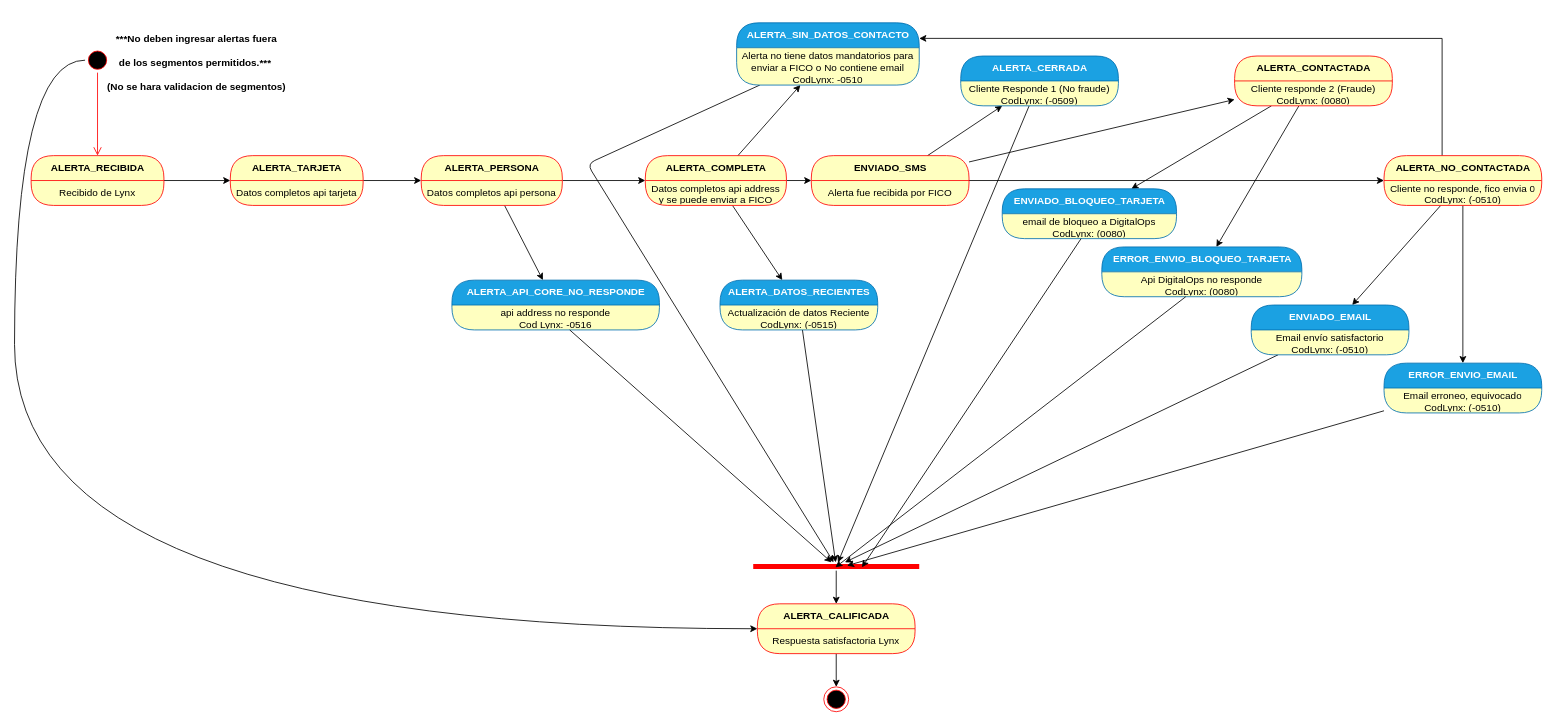
Earlier version of the draw.io diagram EstadosLynx.drawio (zolymo/diagrams). Source tidied: cells renumbered, new cells numbered last; positions are measured from the earlier drawing's top-left corner, leaving out a move shared by most shapes. Both pictures are drawn from the tidied source at 83%, with x=0, y=0 at pixel (14, 14).
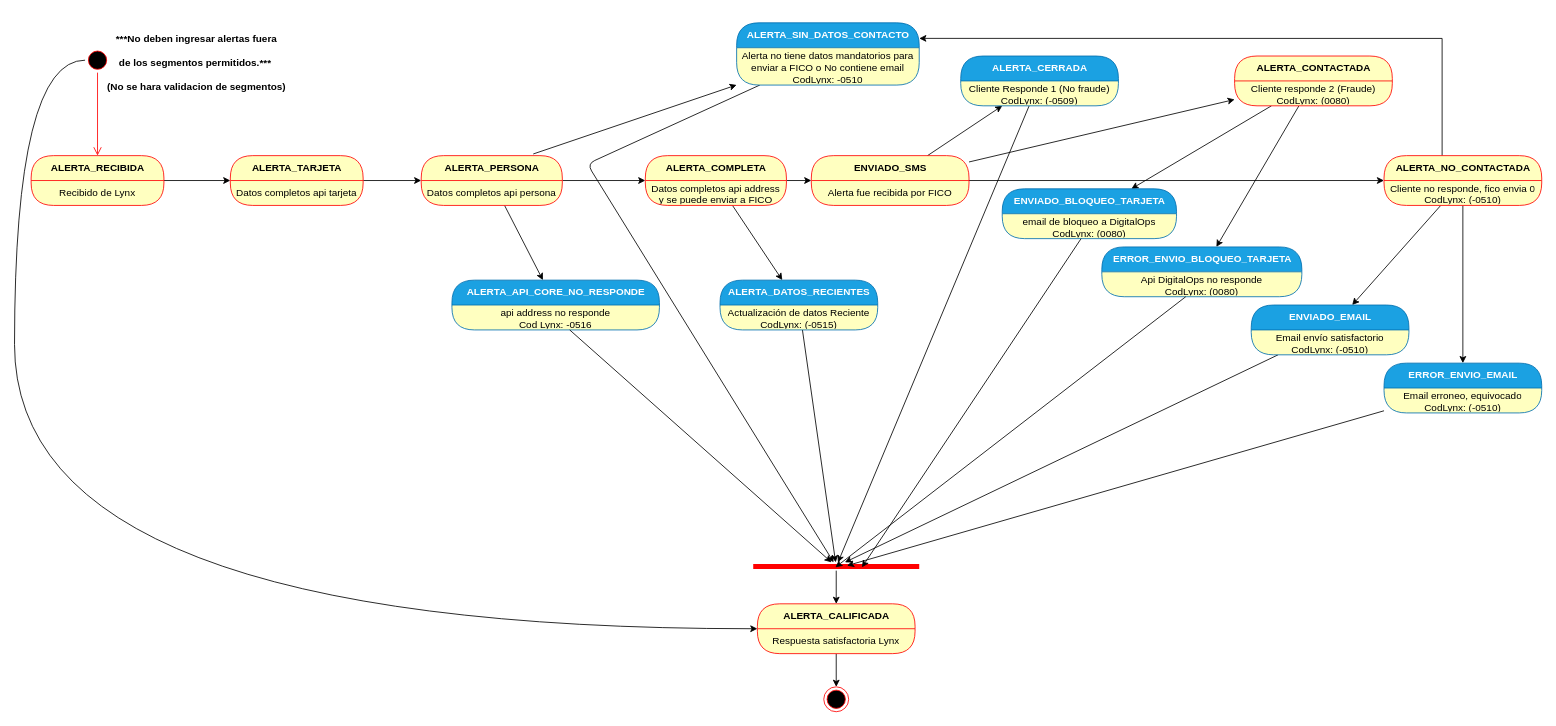
After the change.

Unchanged cells that the change refers to:
```xml
<mxCell id="14" value="ALERTA_PERSONA" style="swimlane;html=1;fontStyle=1;align=center;verticalAlign=middle;horizontal=1;startSize=30;fontColor=#000000;rounded=1;arcSize=30;strokeColor=#ff0000;fillColor=#ffffc0;swimlaneFillColor=#ffffc0;" parent="1" vertex="1">
  <mxGeometry x="490" y="170" width="170" height="60" as="geometry" />
</mxCell>
<mxCell id="18" value="ALERTA_COMPLETA" style="swimlane;html=1;fontStyle=1;align=center;verticalAlign=middle;horizontal=1;startSize=30;fontColor=#000000;rounded=1;arcSize=30;strokeColor=#ff0000;fillColor=#ffffc0;swimlaneFillColor=#ffffc0;" parent="1" vertex="1">
  <mxGeometry x="760" y="170" width="170" height="60" as="geometry" />
</mxCell>
<mxCell id="22" value="ALERTA_SIN_DATOS_CONTACTO" style="swimlane;html=1;fontStyle=1;align=center;verticalAlign=middle;horizontal=1;startSize=30;fontColor=#ffffff;rounded=1;arcSize=30;strokeColor=#006EAF;fillColor=#1ba1e2;swimlaneFillColor=#ffffc0;" parent="1" vertex="1">
  <mxGeometry x="870" y="10" width="220" height="75" as="geometry" />
</mxCell>
```

The edit, as a diff of the source:
```diff
@@
-    <mxCell id="13" style="edgeStyle=none;rounded=0;jettySize=auto;html=1;" parent="1" edge="1" source="18" target="22">
+    <mxCell id="13" style="edgeStyle=none;rounded=0;jettySize=auto;html=1;exitX=0.794;exitY=-0.033;exitDx=0;exitDy=0;exitPerimeter=0;" parent="1" edge="1" source="14" target="22">
       <mxGeometry relative="1" as="geometry" />
     </mxCell>
```
